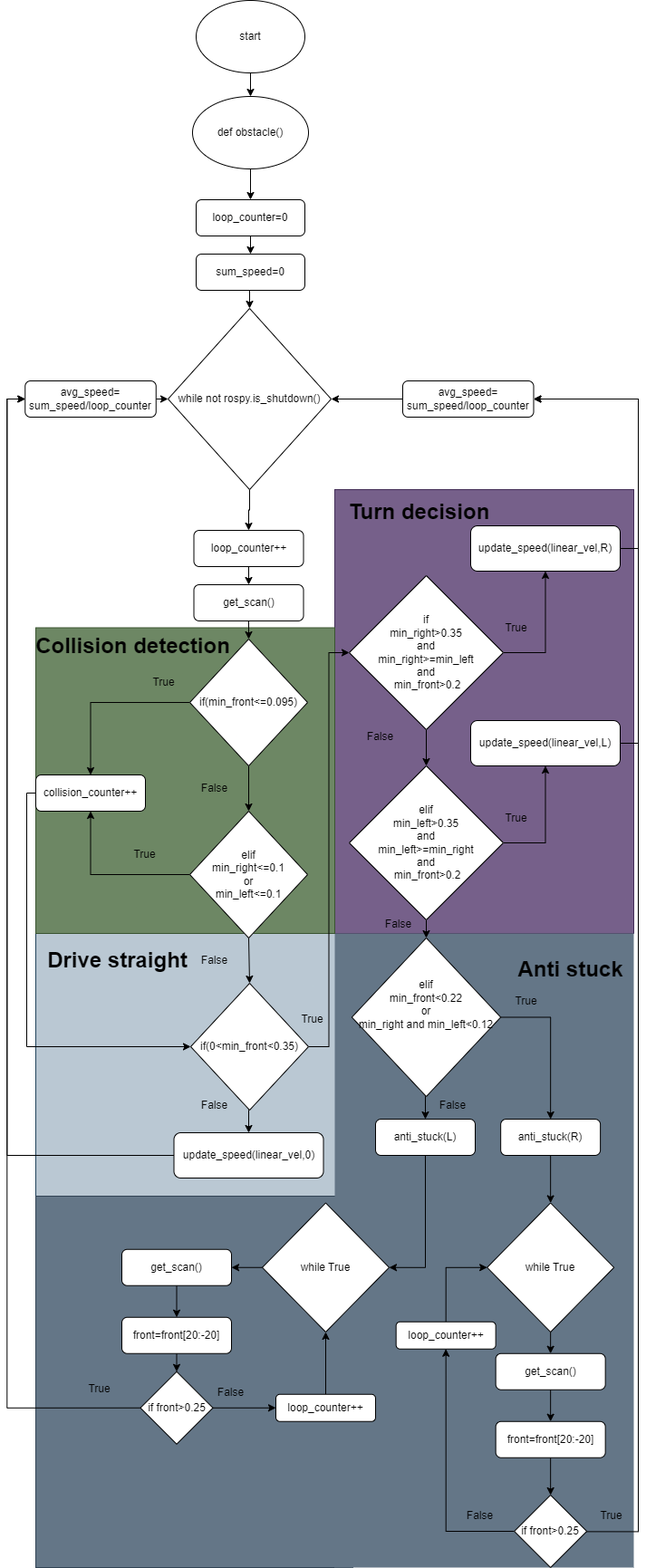
Above: Untitled Diagram.drawio.png in Teun0n/flowcharts (draw.io), before the change. Source tidied: cells renumbered, new cells last; positions are measured from the earlier drawing's top-left corner, leaving out a move shared by most shapes.
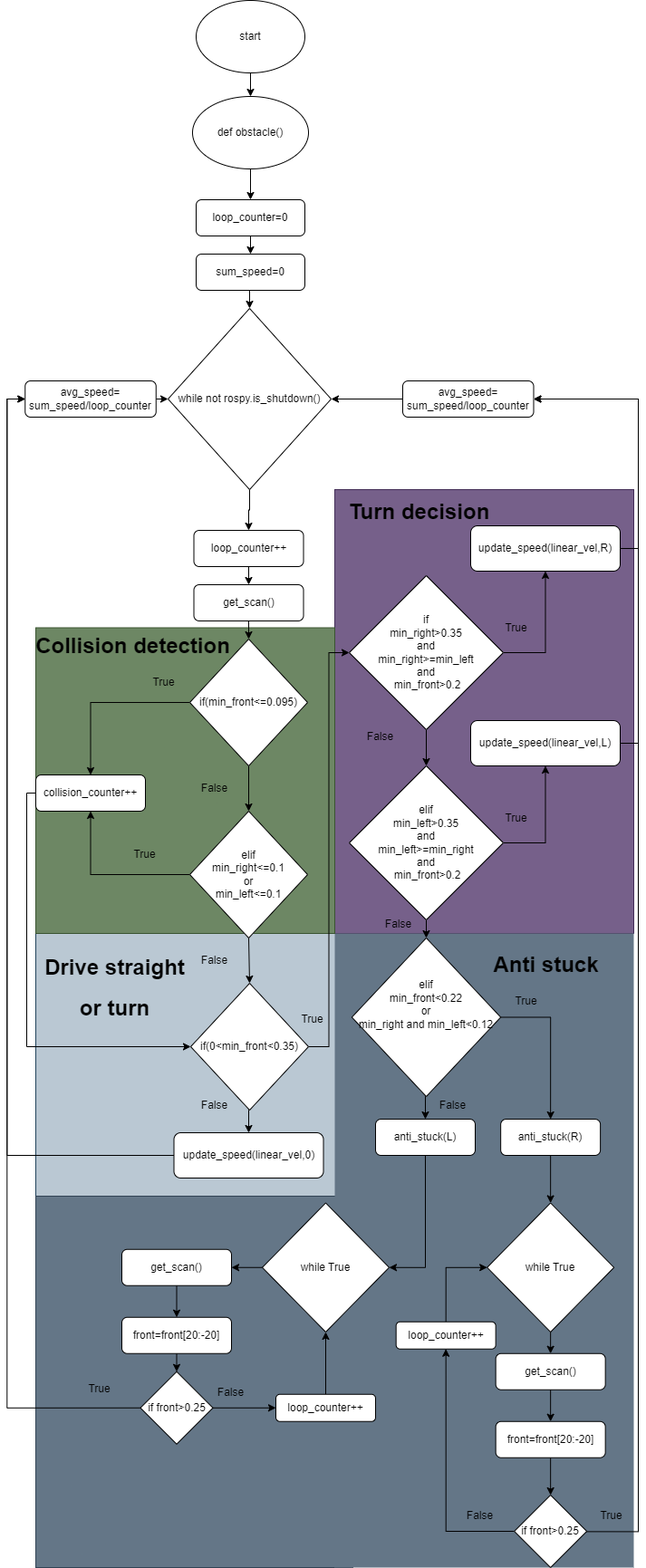
The same file after the commit.

Diff of the diagram source:
```diff
@@ -290,13 +290,13 @@
       <mxGeometry y="678" width="240" height="70" as="geometry" />
     </mxCell>
     <mxCell id="94" value="&lt;h1&gt;Anti stuck&lt;/h1&gt;" style="text;html=1;align=center;verticalAlign=middle;strokeColor=none;fillColor=none;" parent="1" vertex="1">
-      <mxGeometry x="533" y="1035" width="140" height="70" as="geometry" />
+      <mxGeometry x="505.5" y="1030" width="140" height="70" as="geometry" />
     </mxCell>
     <mxCell id="95" value="&lt;h1&gt;Turn decision&lt;/h1&gt;" style="text;html=1;align=center;verticalAlign=middle;strokeColor=none;fillColor=none;" parent="1" vertex="1">
       <mxGeometry x="346.2" y="530" width="180" height="70" as="geometry" />
     </mxCell>
-    <mxCell id="96" value="&lt;h1&gt;Drive straight&lt;/h1&gt;" style="text;html=1;align=center;verticalAlign=middle;strokeColor=none;fillColor=none;" parent="1" vertex="1">
-      <mxGeometry x="13" y="1025" width="180" height="70" as="geometry" />
+    <mxCell id="96" value="&lt;h1&gt;Drive straight&lt;/h1&gt;&lt;h1&gt;or turn&lt;/h1&gt;" style="text;html=1;align=center;verticalAlign=middle;strokeColor=none;fillColor=none;" parent="1" vertex="1">
+      <mxGeometry x="10" y="1030" width="180" height="120" as="geometry" />
     </mxCell>
   </root>
 </mxGraphModel>
```
